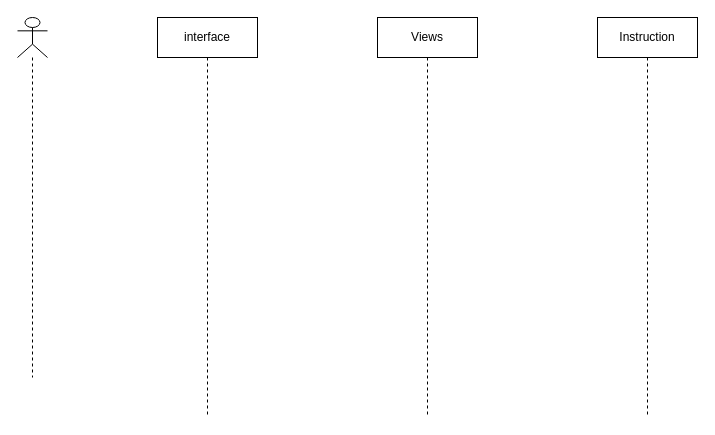
Before: valider_instruction.drawio in CabrelFeukeng/pp, a draw.io diagram. Source tidied: cells renumbered, new cells numbered last; positions are measured from the earlier drawing's top-left corner, leaving out a move shared by most shapes. Both pictures are drawn from the tidied source at 100%, with x=0, y=0 at pixel (17, 17).
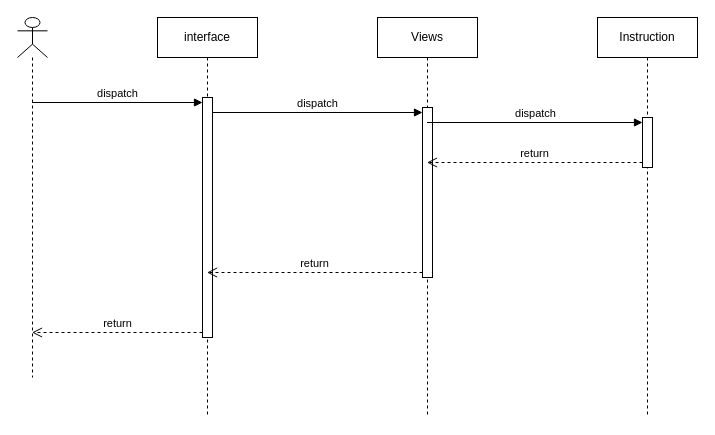
Above is the later version.

Commit message (it also covers changes not shown here):
Mettre à jour valider_instruction.drawio

What changed in the source:
```diff
@@
 <mxGraphModel>
   <root>
     <mxCell id="0" />
     <mxCell id="1" parent="0" />
     <mxCell id="2" style="shape=umlLifeline;perimeter=lifelinePerimeter;whiteSpace=wrap;html=1;outlineConnect=0;portConstraint=eastwest;newEdgeStyle={&quot;curved&quot;:0,&quot;rounded&quot;:0};participant=umlActor;" parent="1" vertex="1">
       <mxGeometry width="30" height="360" as="geometry" />
     </mxCell>
     <mxCell id="3" value="interface" style="shape=umlLifeline;perimeter=lifelinePerimeter;whiteSpace=wrap;html=1;outlineConnect=0;portConstraint=eastwest;newEdgeStyle={&quot;curved&quot;:0,&quot;rounded&quot;:0};" parent="1" vertex="1">
       <mxGeometry x="140" width="100" height="400" as="geometry" />
     </mxCell>
+    <mxCell id="6" style="html=1;points=[[0,0,0,0,5],[0,1,0,0,-5],[1,0,0,0,5],[1,1,0,0,-5]];perimeter=orthogonalPerimeter;outlineConnect=0;targetShapes=umlLifeline;portConstraint=eastwest;newEdgeStyle={&quot;curved&quot;:0,&quot;rounded&quot;:0};" parent="3" vertex="1">
+      <mxGeometry x="45" y="80" width="10" height="240" as="geometry" />
+    </mxCell>
     <mxCell id="4" value="Views" style="shape=umlLifeline;perimeter=lifelinePerimeter;whiteSpace=wrap;html=1;outlineConnect=0;portConstraint=eastwest;newEdgeStyle={&quot;curved&quot;:0,&quot;rounded&quot;:0};" parent="1" vertex="1">
       <mxGeometry x="360" width="100" height="400" as="geometry" />
     </mxCell>
+    <mxCell id="7" style="html=1;points=[[0,0,0,0,5],[0,1,0,0,-5],[1,0,0,0,5],[1,1,0,0,-5]];perimeter=orthogonalPerimeter;outlineConnect=0;targetShapes=umlLifeline;portConstraint=eastwest;newEdgeStyle={&quot;curved&quot;:0,&quot;rounded&quot;:0};" parent="4" vertex="1">
+      <mxGeometry x="45" y="90" width="10" height="170" as="geometry" />
+    </mxCell>
     <mxCell id="5" value="Instruction" style="shape=umlLifeline;perimeter=lifelinePerimeter;whiteSpace=wrap;html=1;newEdgeStyle={&quot;curved&quot;:0,&quot;rounded&quot;:0};" parent="1" vertex="1">
       <mxGeometry x="580" width="100" height="400" as="geometry" />
     </mxCell>
+    <mxCell id="8" style="html=1;points=[[0,0,0,0,5],[0,1,0,0,-5],[1,0,0,0,5],[1,1,0,0,-5]];perimeter=orthogonalPerimeter;outlineConnect=0;targetShapes=umlLifeline;portConstraint=eastwest;newEdgeStyle={&quot;curved&quot;:0,&quot;rounded&quot;:0};" parent="5" vertex="1">
+      <mxGeometry x="45" y="100" width="10" height="50" as="geometry" />
+    </mxCell>
+    <mxCell id="9" value="dispatch" style="html=1;verticalAlign=bottom;endArrow=block;curved=0;rounded=0;entryX=0;entryY=0;entryDx=0;entryDy=5;" parent="1" edge="1" source="2" target="6">
+      <mxGeometry relative="1" as="geometry" />
+    </mxCell>
+    <mxCell id="10" value="return" style="html=1;verticalAlign=bottom;endArrow=open;dashed=1;endSize=8;curved=0;rounded=0;exitX=0;exitY=1;exitDx=0;exitDy=-5;" parent="1" edge="1" source="6" target="2">
+      <mxGeometry relative="1" as="geometry" />
+    </mxCell>
+    <mxCell id="11" value="dispatch" style="html=1;verticalAlign=bottom;endArrow=block;curved=0;rounded=0;entryX=0;entryY=0;entryDx=0;entryDy=5;" parent="1" edge="1" source="6" target="7">
+      <mxGeometry relative="1" as="geometry" />
+    </mxCell>
+    <mxCell id="12" value="return" style="html=1;verticalAlign=bottom;endArrow=open;dashed=1;endSize=8;curved=0;rounded=0;exitX=0;exitY=1;exitDx=0;exitDy=-5;" parent="1" edge="1" source="7" target="3">
+      <mxGeometry relative="1" as="geometry" />
+    </mxCell>
+    <mxCell id="13" value="dispatch" style="html=1;verticalAlign=bottom;endArrow=block;curved=0;rounded=0;entryX=0;entryY=0;entryDx=0;entryDy=5;" parent="1" edge="1" source="4" target="8">
+      <mxGeometry relative="1" as="geometry" />
+    </mxCell>
+    <mxCell id="14" value="return" style="html=1;verticalAlign=bottom;endArrow=open;dashed=1;endSize=8;curved=0;rounded=0;exitX=0;exitY=1;exitDx=0;exitDy=-5;" parent="1" edge="1" source="8" target="4">
+      <mxGeometry relative="1" as="geometry" />
+    </mxCell>
   </root>
 </mxGraphModel>
```
